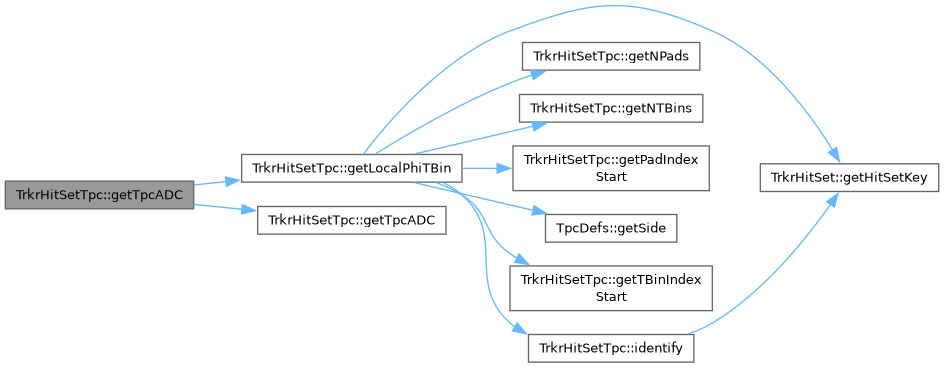
The Graphviz diagram da/df6/classTrkrHitSetTpc_a6afb55ecba4a26f94224e0186fa2a6ed_cgraph.png in atif4461/sphenix-coresoftware-doxygen, before a commit. Its source is kept beside it as da/df6/classTrkrHitSetTpc_a6afb55ecba4a26f94224e0186fa2a6ed_cgraph.dot.
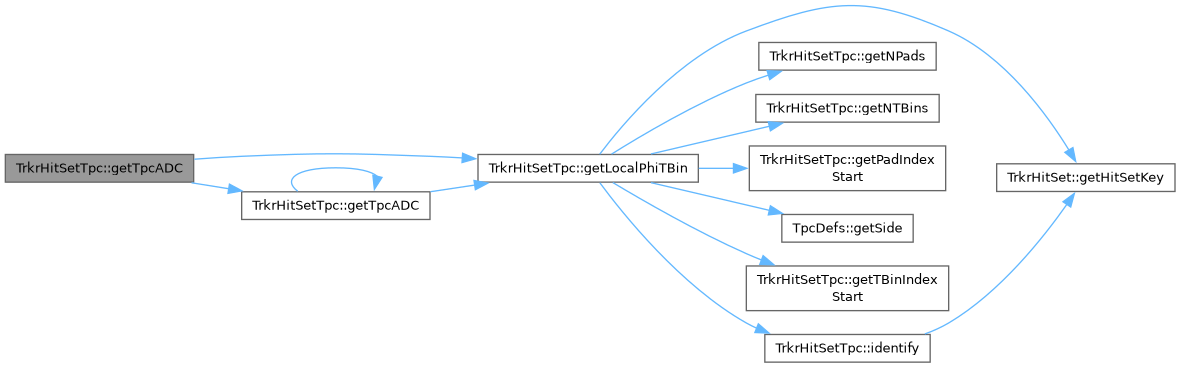
After the commit.

The edit, as a diff of the source:
```diff
@@ -24,4 +24,6 @@
   Node9 -> Node3 [id="edge9_Node000009_Node000003",color="steelblue1",style="solid",tooltip=" "];
   Node1 -> Node10 [id="edge10_Node000001_Node000010",color="steelblue1",style="solid",tooltip=" "];
   Node10 [id="Node000010",label="TrkrHitSetTpc::getTpcADC",height=0.2,width=0.4,color="grey40", fillcolor="white", style="filled",URL="$da/df6/classTrkrHitSetTpc.html#a2e2e9e376f9817374eefb0f0a7d87274",tooltip="Retrieve the ADC data for a TPC hit identified by its hit key."];
+  Node10 -> Node2 [id="edge11_Node000010_Node000002",color="steelblue1",style="solid",tooltip=" "];
+  Node10 -> Node10 [id="edge12_Node000010_Node000010",color="steelblue1",style="solid",tooltip=" "];
 }
```
